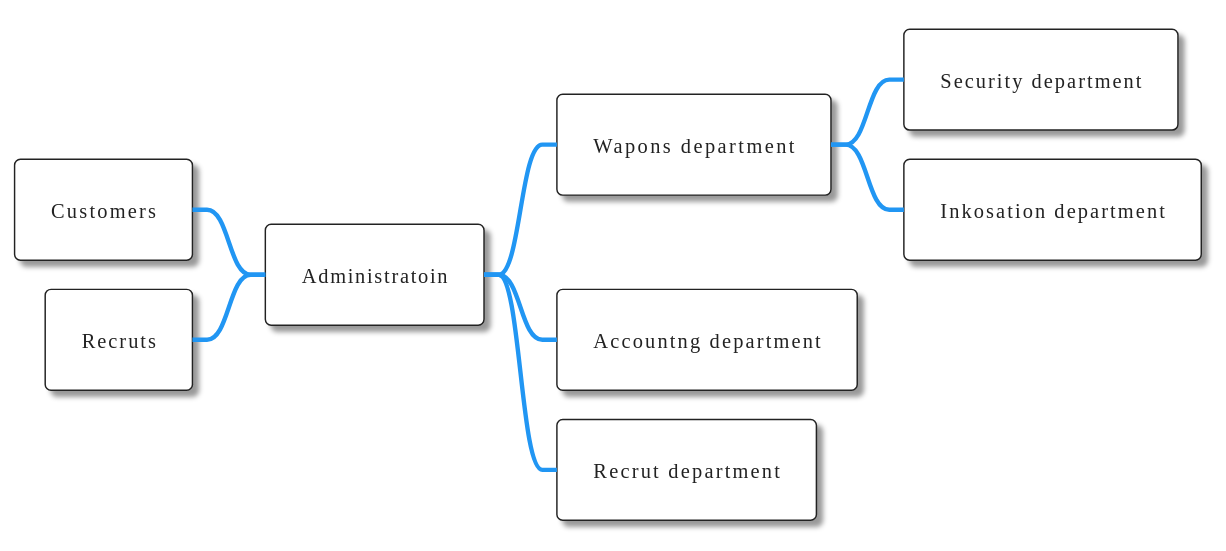
Before: docs/img/orgStruct.svg, a diagram exported from PlantUML (siisgoo/siisty).
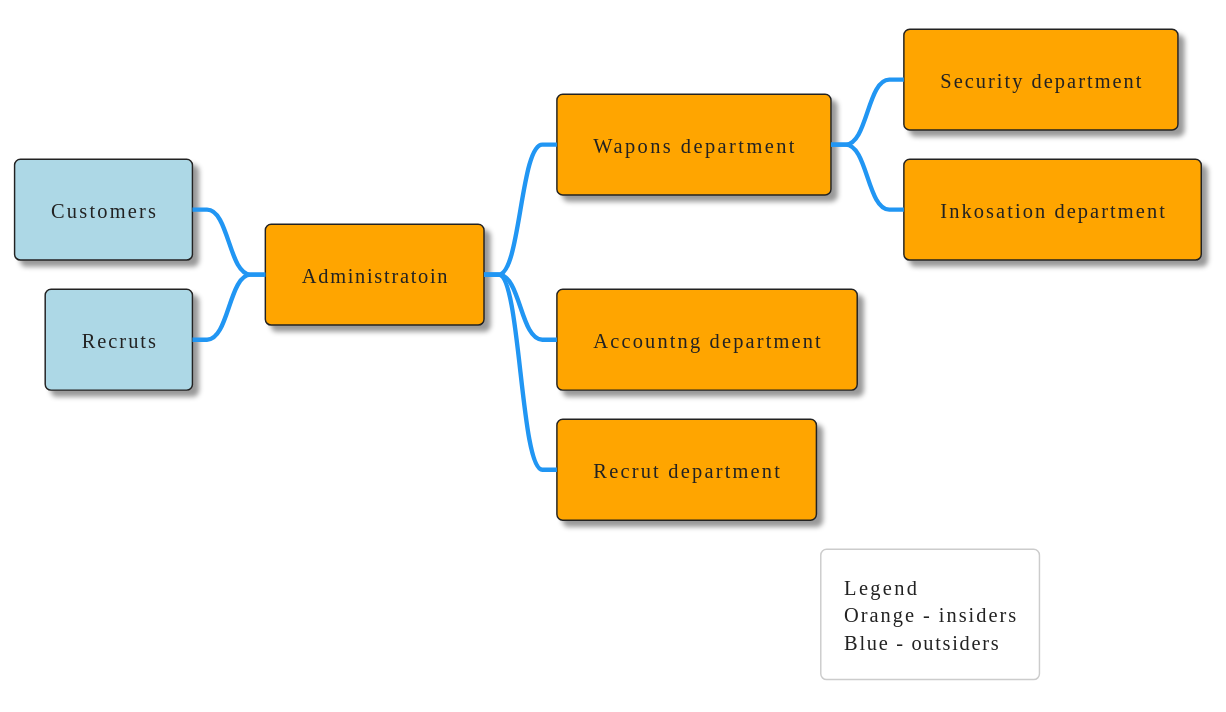
The same diagram one commit later.

The edit, as a diff of the source:
```diff
@@ -1,13 +1,19 @@
 @startmindmap
 !theme materia
 
-+ Administratoin
-++ Wapons department
-+++ Security department
-+++ Inkosation department
-++ Accountng department
-++ Recrut department
--- Customers
--- Recruts
+legend right
+    Legend
+    Orange - insiders
+    Blue - outsiders
+endlegend
+
++[#Orange] Administratoin
+++[#Orange] Wapons department
++++[#Orange] Security department
++++[#Orange] Inkosation department
+++[#Orange] Accountng department
+++[#Orange] Recrut department
+--[#lightblue] Customers
+--[#lightblue] Recruts
 
 @endmindmap
```
